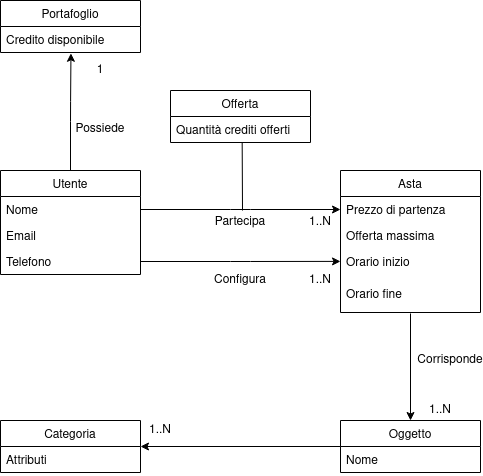
Above: Progettazione/Domain Model/Domain Model Aste.png in UnimibSoftEngCourse1920/progetto-aste-2-gruppo-aste-2 (draw.io), before the change. Source tidied: cells renumbered, new cells last; positions are measured from the earlier drawing's top-left corner, leaving out a move shared by most shapes.
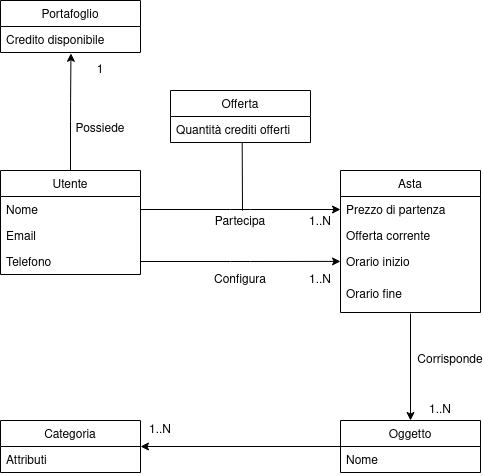
Later version of the same file.

Commit message:
migliorato ancora il domain model

What changed in the source:
```diff
@@ -23,7 +23,7 @@
     <mxCell id="8" value="Prezzo di partenza&#10;" style="text;strokeColor=none;fillColor=none;align=left;verticalAlign=top;spacingLeft=4;spacingRight=4;overflow=hidden;points=[[0,0.5],[1,0.5]];portConstraint=eastwest;" parent="7" vertex="1">
       <mxGeometry y="26" width="140" height="26" as="geometry" />
     </mxCell>
-    <mxCell id="9" value="Offerta massima" style="text;strokeColor=none;fillColor=none;align=left;verticalAlign=top;spacingLeft=4;spacingRight=4;overflow=hidden;" parent="7" vertex="1">
+    <mxCell id="9" value="Offerta corrente" style="text;strokeColor=none;fillColor=none;align=left;verticalAlign=top;spacingLeft=4;spacingRight=4;overflow=hidden;" parent="7" vertex="1">
       <mxGeometry y="52" width="140" height="26" as="geometry" />
     </mxCell>
     <mxCell id="10" value="Orario inizio&#10;" style="text;strokeColor=none;fillColor=none;align=left;verticalAlign=top;spacingLeft=4;spacingRight=4;overflow=hidden;points=[[0,0.5],[1,0.5]];portConstraint=eastwest;" parent="7" vertex="1">
```
